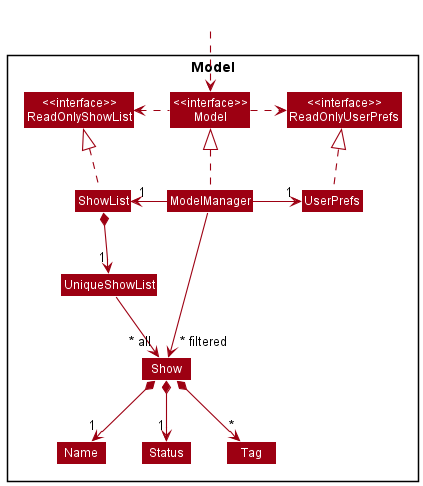
Above: docs/images/ModelClassDiagram.png in nus-cs2103-AY2122S2/tp (PlantUML), before the change.
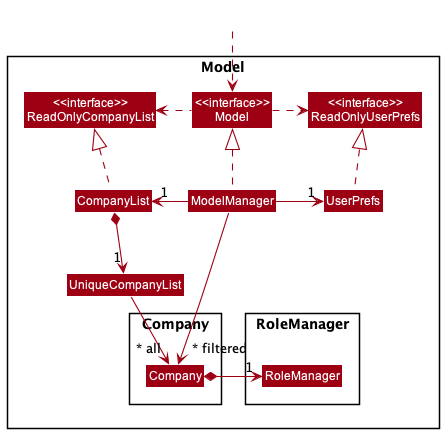
Later version of the same file.

Commit message:
Update Developer Guide with information about the Model Component

Diff of the diagram source:
```diff
@@ -4,42 +4,43 @@
 skinparam arrowColor MODEL_COLOR
 skinparam classBackgroundColor MODEL_COLOR
 
+
 Package Model <<Rectangle>>{
-Class "<<interface>>\nReadOnlyShowList" as ReadOnlyShowList
+Class "<<interface>>\nReadOnlyCompanyList" as ReadOnlyCompanyList
 Class "<<interface>>\nReadOnlyUserPrefs" as ReadOnlyUserPrefs
 Class "<<interface>>\nModel" as Model
-Class ShowList
+Class CompanyList
 Class ModelManager
 Class UserPrefs
 
-Class UniqueShowList
-Class Show
-Class Status
-Class Name
-Class Tag
+Package Company\n <<Rectangle>>{
+Class Company
+}
+Class UniqueCompanyList
+
+Package RoleManager\n <<Rectangle>> {
+Class RoleManager
+}
 
 }
 
 Class HiddenOutside #FFFFFF
 HiddenOutside ..> Model
 
-ShowList .up.|> ReadOnlyShowList
+CompanyList .up.|> ReadOnlyCompanyList
 
 ModelManager .up.|> Model
 Model .right.> ReadOnlyUserPrefs
-Model .left.> ReadOnlyShowList
-ModelManager -left-> "1" ShowList
+Model .left.> ReadOnlyCompanyList
+ModelManager -left-> "1" CompanyList
 ModelManager -right-> "1" UserPrefs
 UserPrefs .up.|> ReadOnlyUserPrefs
 
-ShowList *--> "1" UniqueShowList
-UniqueShowList --> "~* all" Show
-Show *--> "1" Name
-Show *--> "1" Status
-Show *--> "*" Tag
+CompanyList *--> "1" UniqueCompanyList
+UniqueCompanyList --> "~* all" Company
+Company *-right-> "1" RoleManager
 
-Name -[hidden]right-> Status
-Status -[hidden]right->  Tag
 
-ModelManager -->"~* filtered" Show
+
+ModelManager -->"~* filtered" Company
 @enduml
```
